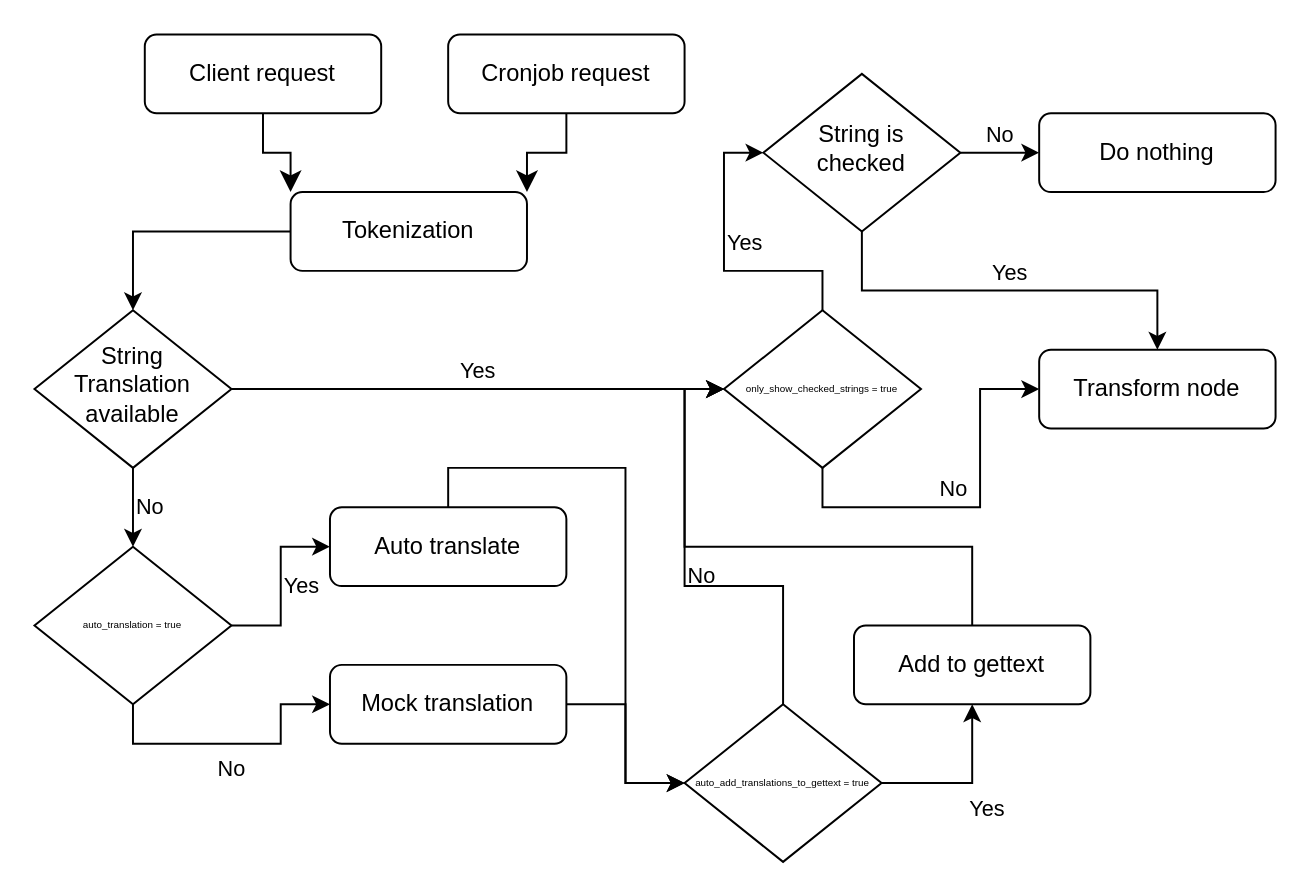
Earlier version of the draw.io diagram gtbabel.drawio (vielhuber/gtbabel). Source tidied: cells renumbered, new cells numbered last; positions are measured from the earlier drawing's top-left corner, leaving out a move shared by most shapes. Both pictures are drawn from the tidied source at 197%, with x=0, y=0 at pixel (33, 33).
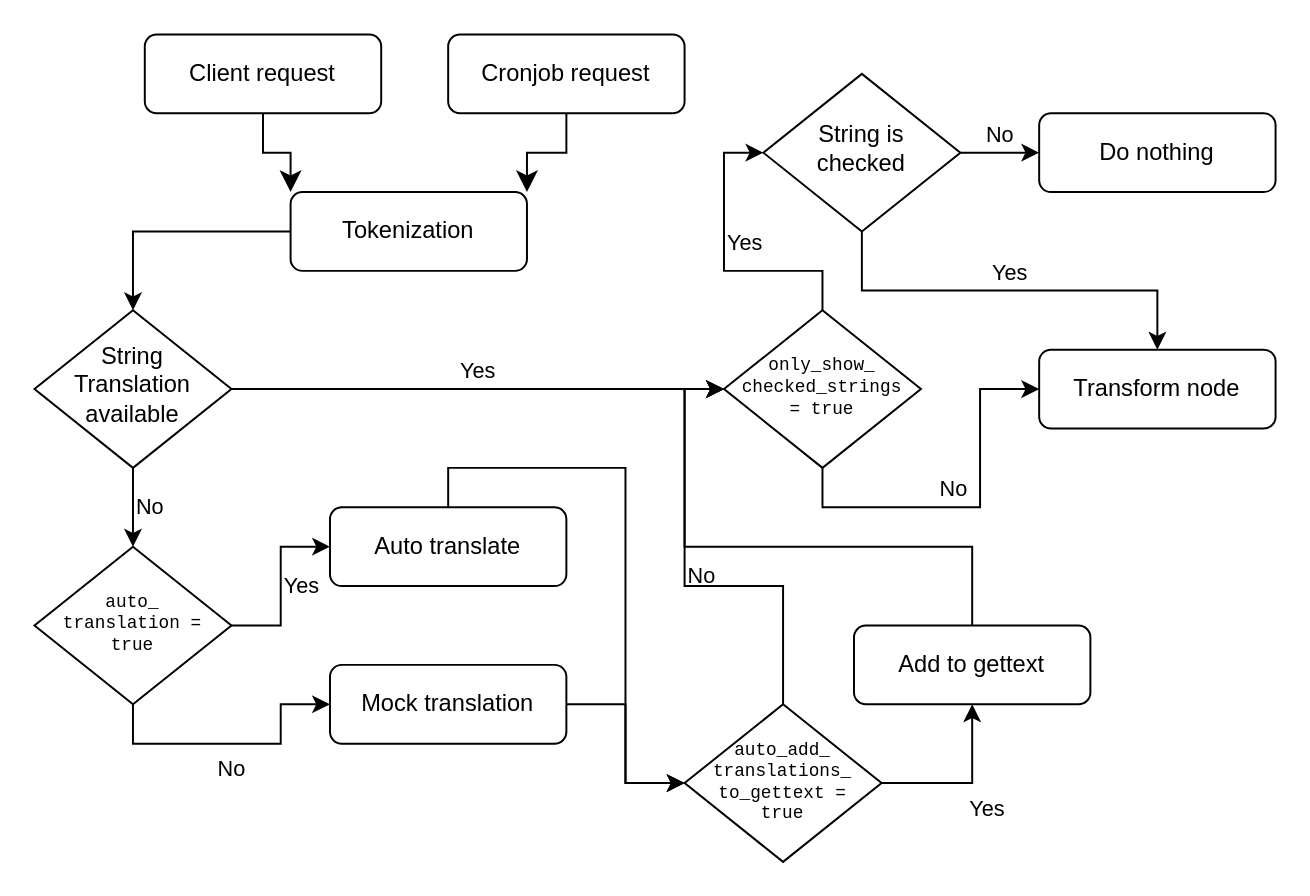
The same diagram, later.

Change to the diagram source:
```diff
@@
-    <mxCell id="17" value="&lt;font style=&quot;font-size: 5px&quot;&gt;only_show_checked_strings = true&lt;/font&gt;" style="rhombus;whiteSpace=wrap;html=1;shadow=0;fontFamily=Helvetica;fontSize=12;align=center;strokeWidth=1;spacing=6;spacingTop=-4;" parent="1" vertex="1">
+    <mxCell id="17" value="&lt;font style=&quot;font-size: 9px&quot;&gt;only_show_&lt;br style=&quot;font-size: 9px&quot;&gt;checked_strings = true&lt;/font&gt;" style="rhombus;whiteSpace=wrap;html=1;shadow=0;fontFamily=Courier New;fontSize=9;align=center;strokeWidth=1;spacing=6;spacingTop=0;rounded=0;verticalAlign=middle;horizontal=1;" parent="1" vertex="1">
       <mxGeometry x="350" y="140" width="100" height="80" as="geometry" />
     </mxCell>
@@
-    <mxCell id="25" value="&lt;font style=&quot;font-size: 5px&quot;&gt;auto_translation = true&lt;/font&gt;" style="rhombus;whiteSpace=wrap;html=1;shadow=0;fontFamily=Helvetica;fontSize=12;align=center;strokeWidth=1;spacing=6;spacingTop=-4;" parent="1" vertex="1">
+    <mxCell id="25" value="&lt;font style=&quot;font-size: 9px&quot;&gt;auto_&lt;br&gt;translation = true&lt;/font&gt;" style="rhombus;whiteSpace=wrap;html=1;shadow=0;fontFamily=Courier New;fontSize=9;align=center;strokeWidth=1;spacing=6;spacingTop=0;" parent="1" vertex="1">
       <mxGeometry y="260" width="100" height="80" as="geometry" />
     </mxCell>
@@
-    <mxCell id="28" value="&lt;font style=&quot;font-size: 5px&quot;&gt;auto_add_translations_to_gettext = true&lt;/font&gt;" style="rhombus;whiteSpace=wrap;html=1;shadow=0;fontFamily=Helvetica;fontSize=12;align=center;strokeWidth=1;spacing=6;spacingTop=-4;" parent="1" vertex="1">
+    <mxCell id="28" value="&lt;font style=&quot;font-size: 9px&quot;&gt;auto_add_&lt;br&gt;translations_&lt;br&gt;to_gettext = true&lt;/font&gt;" style="rhombus;whiteSpace=wrap;html=1;shadow=0;fontFamily=Courier New;fontSize=9;align=center;strokeWidth=1;spacing=6;spacingTop=0;" parent="1" vertex="1">
       <mxGeometry x="330" y="340" width="100" height="80" as="geometry" />
     </mxCell>
```
